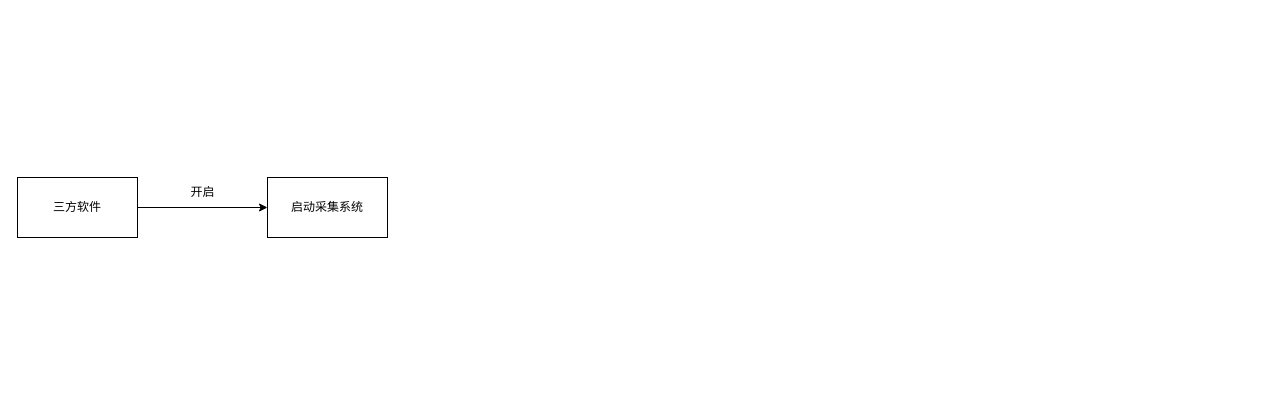
The draw.io diagram JiangXi_HandWritingDataCollectPreview.drawio in 15140252710/OneGithubProject, before the edit. Source tidied: cells renumbered, new cells numbered last; positions are measured from the earlier drawing's top-left corner, leaving out a move shared by most shapes. Both pictures are drawn from the tidied source at 100%, with x=0, y=0 at pixel (17, 177).
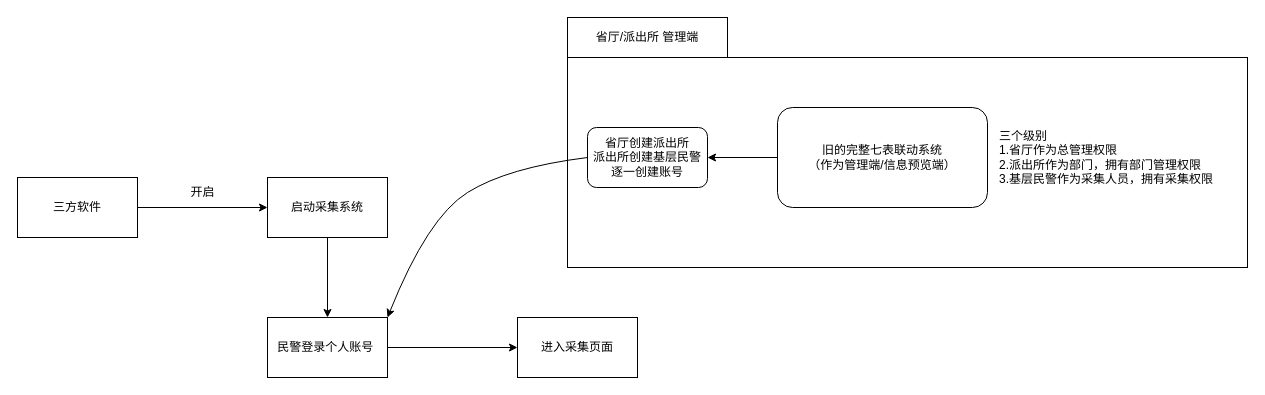
After the change.

Diff of the diagram source:
```diff
@@
 <mxGraphModel>
   <root>
     <mxCell id="0" />
     <mxCell id="1" parent="0" />
+    <mxCell id="6" style="rounded=0;whiteSpace=wrap;html=1;" parent="1" vertex="1">
+      <mxGeometry x="550" y="-120" width="680" height="210" as="geometry" />
+    </mxCell>
     <mxCell id="2" style="edgeStyle=orthogonalEdgeStyle;rounded=0;jettySize=auto;html=1;exitX=1;exitY=0.5;exitDx=0;exitDy=0;entryX=0;entryY=0.5;entryDx=0;entryDy=0;" parent="1" edge="1" source="3" target="4">
       <mxGeometry relative="1" as="geometry" />
     </mxCell>
     <mxCell id="3" value="三方软件" style="rounded=0;whiteSpace=wrap;html=1;" parent="1" vertex="1">
       <mxGeometry width="120" height="60" as="geometry" />
     </mxCell>
+    <mxCell id="7" style="edgeStyle=orthogonalEdgeStyle;rounded=0;jettySize=auto;html=1;exitX=0.5;exitY=1;exitDx=0;exitDy=0;entryX=0.5;entryY=0;entryDx=0;entryDy=0;" parent="1" edge="1" source="4" target="9">
+      <mxGeometry relative="1" as="geometry" />
+    </mxCell>
     <mxCell id="4" value="启动采集系统" style="rounded=0;whiteSpace=wrap;html=1;" parent="1" vertex="1">
       <mxGeometry x="250" width="120" height="60" as="geometry" />
     </mxCell>
     <mxCell id="5" value="开启" style="text;html=1;align=center;verticalAlign=middle;strokeColor=none;fillColor=none;" parent="1" vertex="1">
       <mxGeometry x="160" width="50" height="30" as="geometry" />
     </mxCell>
+    <mxCell id="8" style="edgeStyle=orthogonalEdgeStyle;rounded=0;jettySize=auto;html=1;exitX=1;exitY=0.5;exitDx=0;exitDy=0;entryX=0;entryY=0.5;entryDx=0;entryDy=0;" parent="1" edge="1" source="9" target="10">
+      <mxGeometry relative="1" as="geometry" />
+    </mxCell>
+    <mxCell id="9" value="民警登录个人账号&amp;nbsp;" style="rounded=0;whiteSpace=wrap;html=1;" parent="1" vertex="1">
+      <mxGeometry x="250" y="140" width="120" height="60" as="geometry" />
+    </mxCell>
+    <mxCell id="10" value="进入采集页面" style="rounded=0;whiteSpace=wrap;html=1;" parent="1" vertex="1">
+      <mxGeometry x="500" y="140" width="120" height="60" as="geometry" />
+    </mxCell>
+    <mxCell id="11" style="edgeStyle=orthogonalEdgeStyle;rounded=0;jettySize=auto;html=1;exitX=0;exitY=0.5;exitDx=0;exitDy=0;entryX=1;entryY=0.5;entryDx=0;entryDy=0;" parent="1" edge="1" source="12" target="14">
+      <mxGeometry relative="1" as="geometry" />
+    </mxCell>
+    <mxCell id="12" value="旧的完整七表联动系统&lt;div&gt;（作为管理端/信息预览端）&lt;/div&gt;" style="rounded=1;whiteSpace=wrap;html=1;" parent="1" vertex="1">
+      <mxGeometry x="760" y="-70" width="210" height="100" as="geometry" />
+    </mxCell>
+    <mxCell id="13" value="三个级别&lt;div&gt;1.省厅作为总管理权限&lt;/div&gt;&lt;div&gt;2.派出所作为部门，拥有部门管理权限&lt;/div&gt;&lt;div&gt;3.基层民警作为采集人员，拥有采集权限&lt;/div&gt;" style="text;html=1;align=left;verticalAlign=middle;strokeColor=none;fillColor=none;" parent="1" vertex="1">
+      <mxGeometry x="980" y="-55" width="240" height="70" as="geometry" />
+    </mxCell>
+    <mxCell id="14" value="省厅创建派出所&lt;div&gt;派出所创建基层民警&lt;/div&gt;&lt;div&gt;逐一创建账号&lt;/div&gt;" style="rounded=1;whiteSpace=wrap;html=1;" parent="1" vertex="1">
+      <mxGeometry x="570" y="-50" width="120" height="60" as="geometry" />
+    </mxCell>
+    <mxCell id="15" style="curved=1;endArrow=classic;html=1;rounded=0;exitX=0;exitY=0.5;exitDx=0;exitDy=0;entryX=1;entryY=0;entryDx=0;entryDy=0;" parent="1" edge="1" source="14" target="9">
+      <mxGeometry relative="1" as="geometry">
+        <Array as="points">
+          <mxPoint x="490" y="-10" />
+          <mxPoint x="410" y="40" />
+        </Array>
+      </mxGeometry>
+    </mxCell>
+    <mxCell id="16" value="省厅/派出所&amp;nbsp;管理端" style="rounded=0;whiteSpace=wrap;html=1;" parent="1" vertex="1">
+      <mxGeometry x="550" y="-160" width="160" height="40" as="geometry" />
+    </mxCell>
   </root>
 </mxGraphModel>
```
